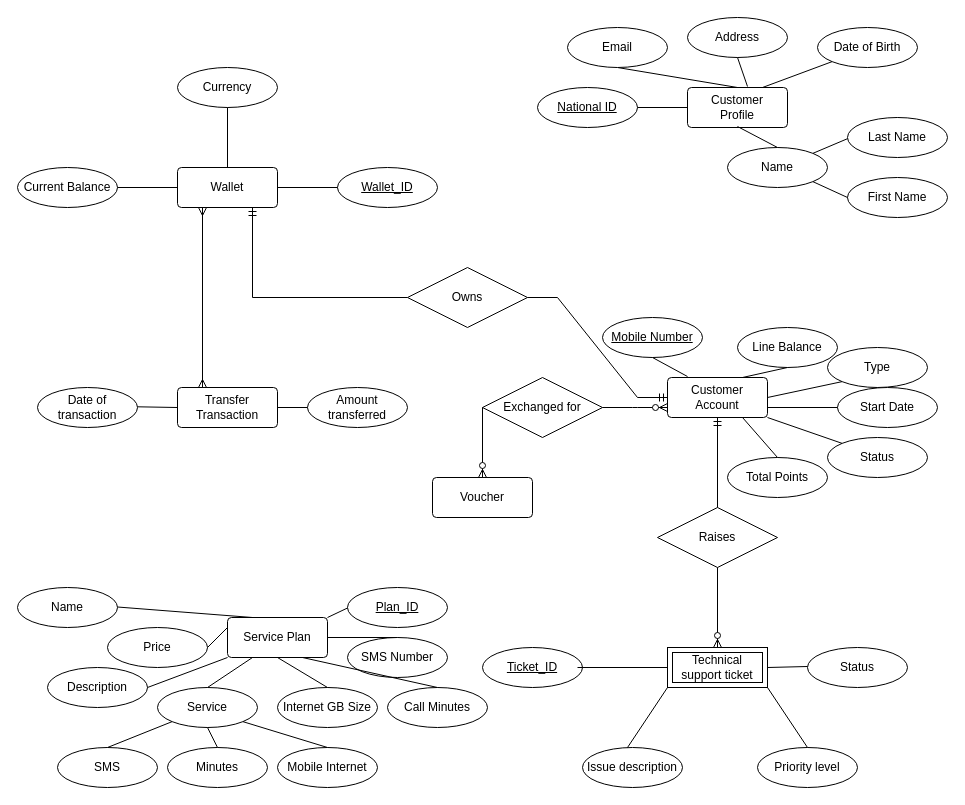
The draw.io diagram Untitled Diagram.drawio in itsfadymate/Customer-Data-Management-System, before the edit. Source tidied: cells renumbered, new cells numbered last; positions are measured from the earlier drawing's top-left corner, leaving out a move shared by most shapes. Both pictures are drawn from the tidied source at 100%, with x=0, y=0 at pixel (17, 17).
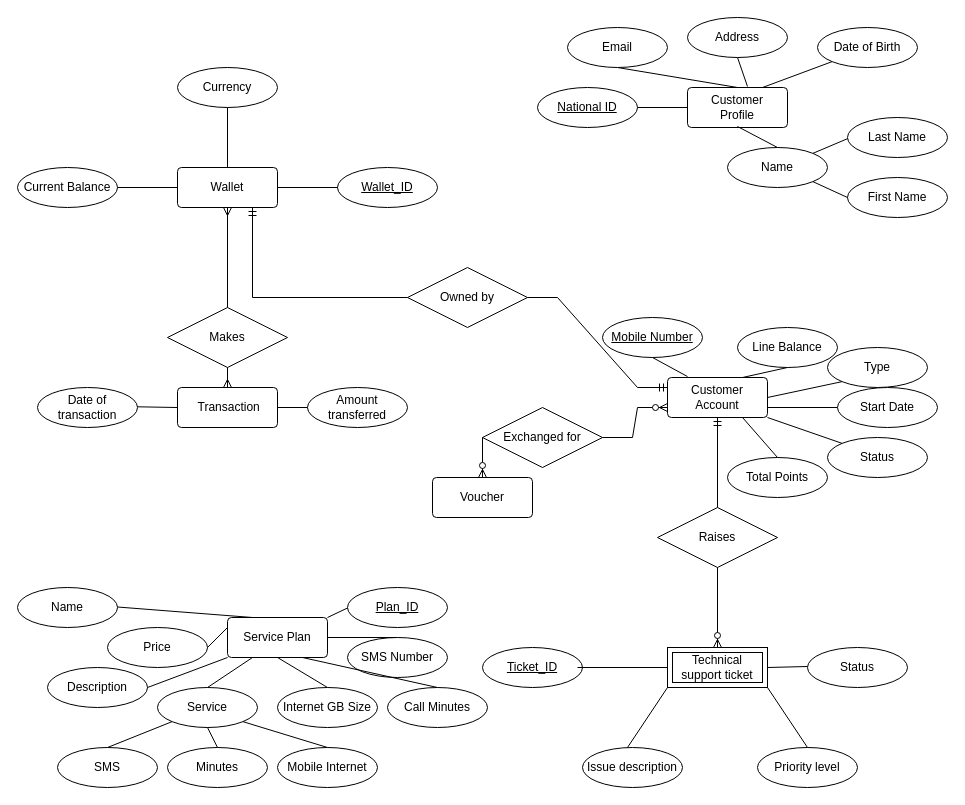
The same page after the edit.

Commit message:
wallet transaction correction

The change refers to these unchanged cells:
```xml
<mxCell id="3" value="Wallet" style="rounded=1;arcSize=10;whiteSpace=wrap;html=1;align=center;" parent="1" vertex="1">
  <mxGeometry x="160" y="150" width="100" height="40" as="geometry" />
</mxCell>
<mxCell id="10" value="Customer Account" style="rounded=1;arcSize=10;whiteSpace=wrap;html=1;align=center;" parent="1" vertex="1">
  <mxGeometry x="650" y="360" width="100" height="40" as="geometry" />
</mxCell>
```

What changed in the source:
```diff
@@
-    <mxCell id="12" value="Owns" style="shape=rhombus;perimeter=rhombusPerimeter;whiteSpace=wrap;html=1;align=center;" parent="1" vertex="1">
+    <mxCell id="12" value="Owned by" style="shape=rhombus;perimeter=rhombusPerimeter;whiteSpace=wrap;html=1;align=center;" parent="1" vertex="1">
       <mxGeometry x="390" y="250" width="120" height="60" as="geometry" />
     </mxCell>
@@
-    <mxCell id="14" style="edgeStyle=entityRelationEdgeStyle;fontSize=12;html=1;endArrow=ERmandOne;rounded=0;entryX=0;entryY=0.5;entryDx=0;entryDy=0;exitX=1;exitY=0.5;exitDx=0;exitDy=0;" parent="1" edge="1" source="12" target="10">
+    <mxCell id="14" style="edgeStyle=entityRelationEdgeStyle;fontSize=12;html=1;endArrow=ERmandOne;rounded=0;entryX=0;entryY=0.25;entryDx=0;entryDy=0;exitX=1;exitY=0.5;exitDx=0;exitDy=0;" parent="1" edge="1" source="12" target="10">
       <mxGeometry relative="1" as="geometry" />
     </mxCell>
-    <mxCell id="15" value="Transfer Transaction" style="rounded=1;arcSize=10;whiteSpace=wrap;html=1;align=center;" parent="1" vertex="1">
+    <mxCell id="15" value="&amp;nbsp;Transaction" style="rounded=1;arcSize=10;whiteSpace=wrap;html=1;align=center;" parent="1" vertex="1">
       <mxGeometry x="160" y="370" width="100" height="40" as="geometry" />
     </mxCell>
@@
-    <mxCell id="19" style="fontSize=12;html=1;endArrow=ERmany;startArrow=ERmany;rounded=0;elbow=vertical;exitX=0.25;exitY=0;exitDx=0;exitDy=0;entryX=0.25;entryY=1;entryDx=0;entryDy=0;" parent="1" edge="1" source="15" target="3">
-      <mxGeometry relative="1" as="geometry" />
-    </mxCell>
@@
     <mxCell id="59" value="Exchanged for" style="shape=rhombus;perimeter=rhombusPerimeter;whiteSpace=wrap;html=1;align=center;rotation=0;" parent="1" vertex="1">
-      <mxGeometry x="465" y="360" width="120" height="60" as="geometry" />
+      <mxGeometry x="465" y="390" width="120" height="60" as="geometry" />
     </mxCell>
@@
+    <mxCell id="86" value="Makes" style="shape=rhombus;perimeter=rhombusPerimeter;whiteSpace=wrap;html=1;align=center;" parent="1" vertex="1">
+      <mxGeometry x="150" y="290" width="120" height="60" as="geometry" />
+    </mxCell>
@@
+    <mxCell id="87" style="edgeStyle=orthogonalEdgeStyle;fontSize=12;html=1;endArrow=ERmany;rounded=0;entryX=0.5;entryY=1;entryDx=0;entryDy=0;exitX=0.5;exitY=0;exitDx=0;exitDy=0;" parent="1" edge="1" source="86" target="3">
+      <mxGeometry relative="1" as="geometry" />
+    </mxCell>
@@
+    <mxCell id="88" style="fontSize=12;html=1;endArrow=ERmany;rounded=0;exitX=0.5;exitY=1;exitDx=0;exitDy=0;entryX=0.5;entryY=0;entryDx=0;entryDy=0;" parent="1" edge="1" source="86" target="15">
+      <mxGeometry relative="1" as="geometry" />
+    </mxCell>
```
